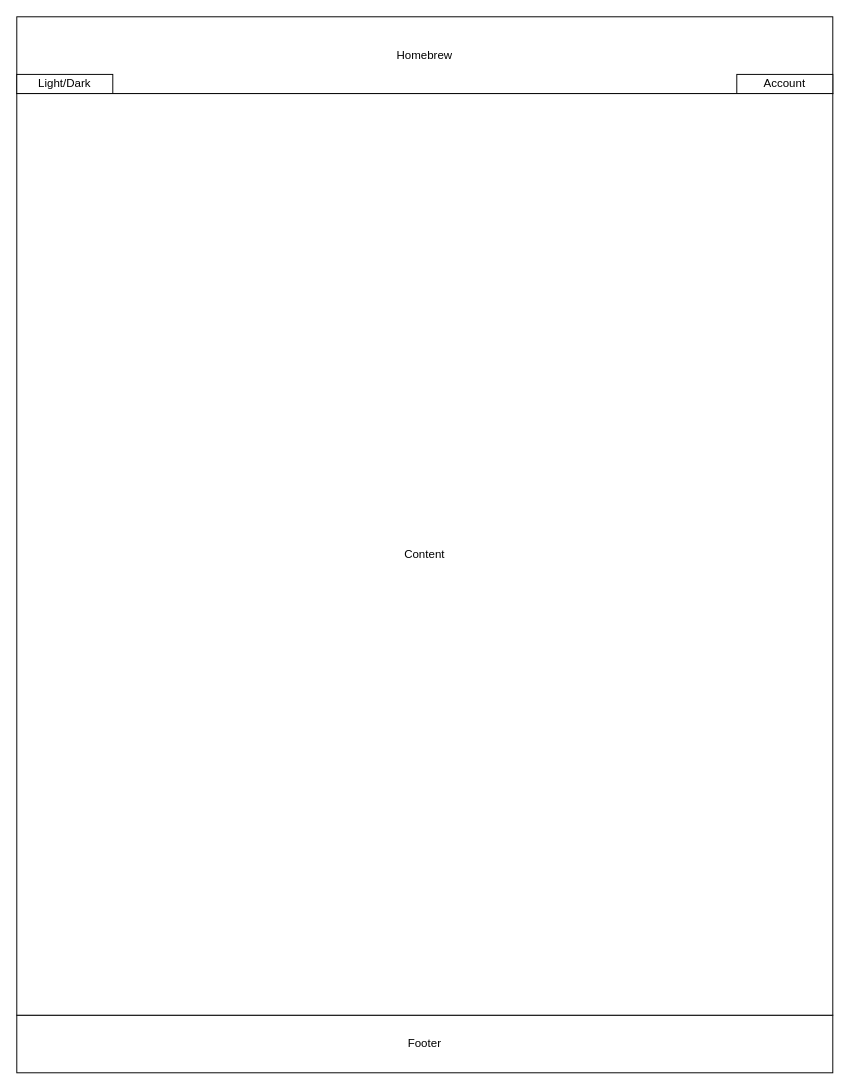
Before: page "Homebrew Blog" (10 of 10) of Diagrams/DND_Main_Screen.drawio in aangus98/DND_Organizer, a draw.io diagram. Source tidied: cells renumbered, new cells numbered last; positions are measured from the earlier drawing's top-left corner, leaving out a move shared by most shapes. Both pictures are drawn from the tidied source at 96%, with x=0, y=0 at pixel (16, 16).
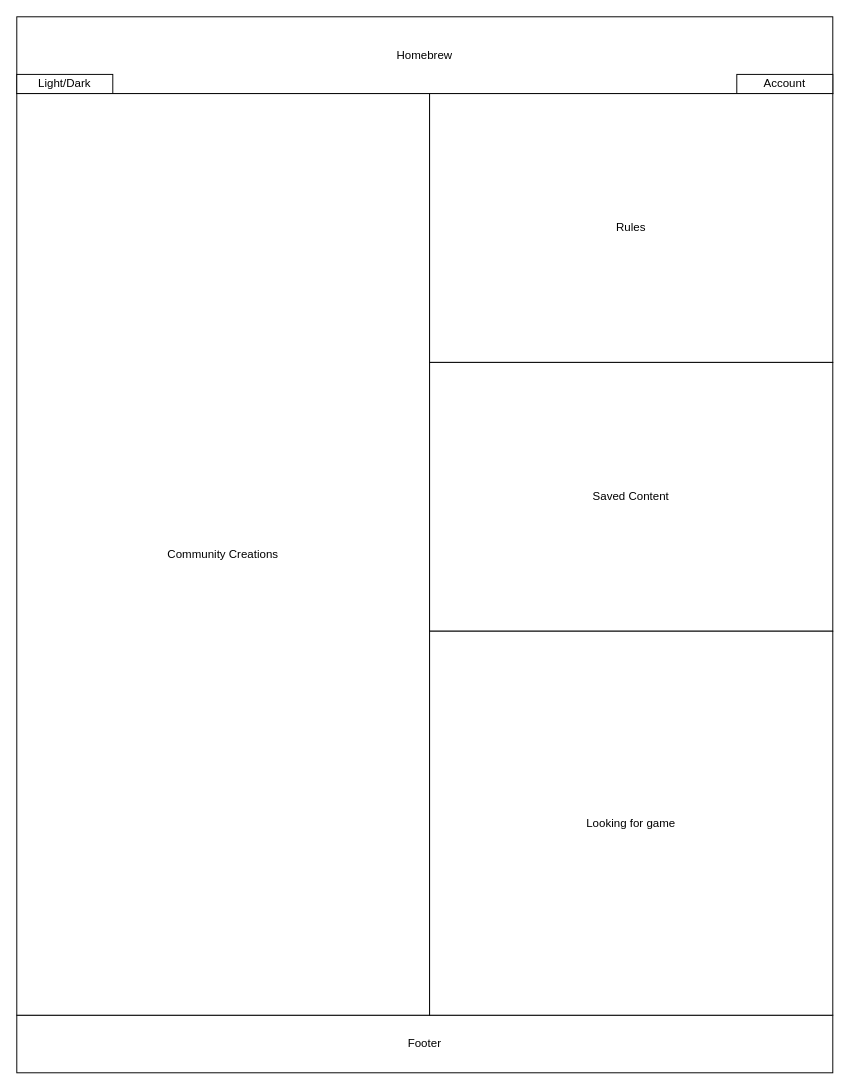
The same page after the edit.

Diff of the diagram source:
```diff
@@
 <mxGraphModel>
   <root>
     <mxCell id="0" />
     <mxCell id="1" parent="0" />
     <mxCell id="2" value="Footer" style="rounded=0;whiteSpace=wrap;html=1;" parent="1" vertex="1">
       <mxGeometry y="1040" width="850" height="60" as="geometry" />
     </mxCell>
     <mxCell id="3" value="Homebrew" style="rounded=0;whiteSpace=wrap;html=1;" parent="1" vertex="1">
       <mxGeometry width="850" height="80" as="geometry" />
     </mxCell>
     <mxCell id="4" value="Account" style="rounded=0;whiteSpace=wrap;html=1;" parent="1" vertex="1">
       <mxGeometry x="750" y="60" width="100" height="20" as="geometry" />
     </mxCell>
     <mxCell id="5" value="Light/Dark" style="rounded=0;whiteSpace=wrap;html=1;" parent="1" vertex="1">
       <mxGeometry y="60" width="100" height="20" as="geometry" />
     </mxCell>
-    <mxCell id="6" value="Content" style="rounded=0;whiteSpace=wrap;html=1;" parent="1" vertex="1">
-      <mxGeometry y="80" width="850" height="960" as="geometry" />
-    </mxCell>
+    <mxCell id="7" value="Community Creations" style="rounded=0;whiteSpace=wrap;html=1;" parent="1" vertex="1">
+      <mxGeometry y="80" width="430" height="960" as="geometry" />
+    </mxCell>
+    <mxCell id="8" value="Rules" style="rounded=0;whiteSpace=wrap;html=1;" parent="1" vertex="1">
+      <mxGeometry x="430" y="80" width="420" height="280" as="geometry" />
+    </mxCell>
+    <mxCell id="9" value="Saved Content" style="rounded=0;whiteSpace=wrap;html=1;" parent="1" vertex="1">
+      <mxGeometry x="430" y="360" width="420" height="280" as="geometry" />
+    </mxCell>
+    <mxCell id="10" value="Looking for game" style="rounded=0;whiteSpace=wrap;html=1;" parent="1" vertex="1">
+      <mxGeometry x="430" y="640" width="420" height="400" as="geometry" />
+    </mxCell>
   </root>
 </mxGraphModel>
```
